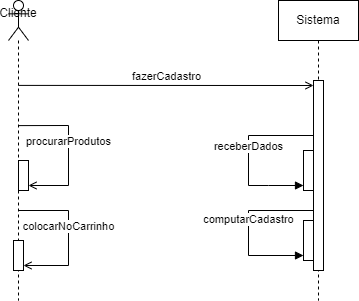
Before: Diagrama de sequência cliente.drawio.png, a diagram exported from draw.io (Zaibam/Desenvolvimento-De-Sistemas-1). Source tidied: cells renumbered, new cells last; positions are measured from the earlier drawing's top-left corner, leaving out a move shared by most shapes.
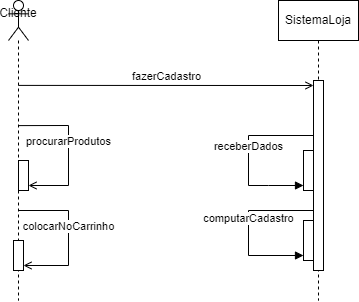
Later version of the same file.

The edit, as a diff of the source:
```diff
@@ -2,7 +2,7 @@
   <root>
     <mxCell id="0" />
     <mxCell id="1" parent="0" />
-    <mxCell id="2" value="Sistema" style="shape=umlLifeline;perimeter=lifelinePerimeter;whiteSpace=wrap;html=1;newEdgeStyle={&quot;curved&quot;:0,&quot;rounded&quot;:0};" parent="1" vertex="1">
+    <mxCell id="2" value="SistemaLoja" style="shape=umlLifeline;perimeter=lifelinePerimeter;whiteSpace=wrap;html=1;newEdgeStyle={&quot;curved&quot;:0,&quot;rounded&quot;:0};" parent="1" vertex="1">
       <mxGeometry x="270" width="80" height="300" as="geometry" />
     </mxCell>
     <mxCell id="3" style="html=1;points=[[0,0,0,0,5],[0,1,0,0,-5],[1,0,0,0,5],[1,1,0,0,-5]];perimeter=orthogonalPerimeter;outlineConnect=0;targetShapes=umlLifeline;portConstraint=eastwest;newEdgeStyle={&quot;curved&quot;:0,&quot;rounded&quot;:0};" parent="2" vertex="1">
```
